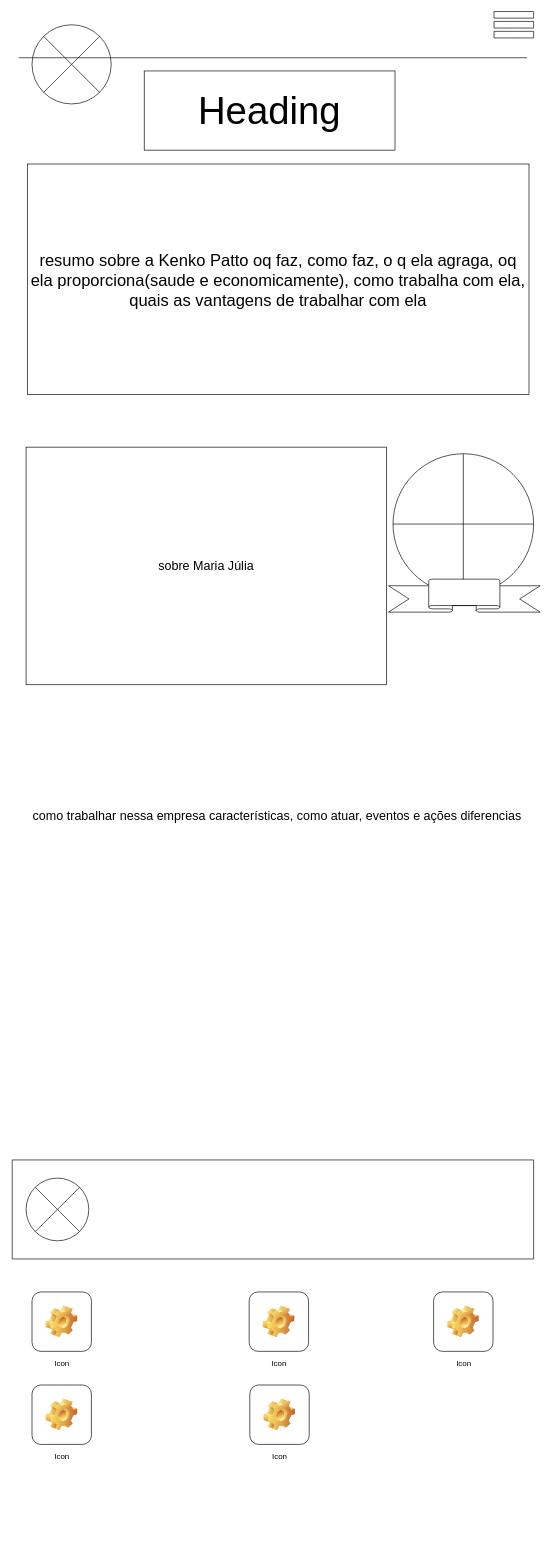
This is page "Page-2" (2 of 2) of Diagrama sem nome.drawio from josezito69/html5css3, a draw.io file, before an edit. Source tidied: cells renumbered, new cells numbered last; positions are measured from the earlier drawing's top-left corner, leaving out a move shared by most shapes. Both pictures are drawn from the tidied source at 66%, with x=0, y=0 at pixel (12, 11).
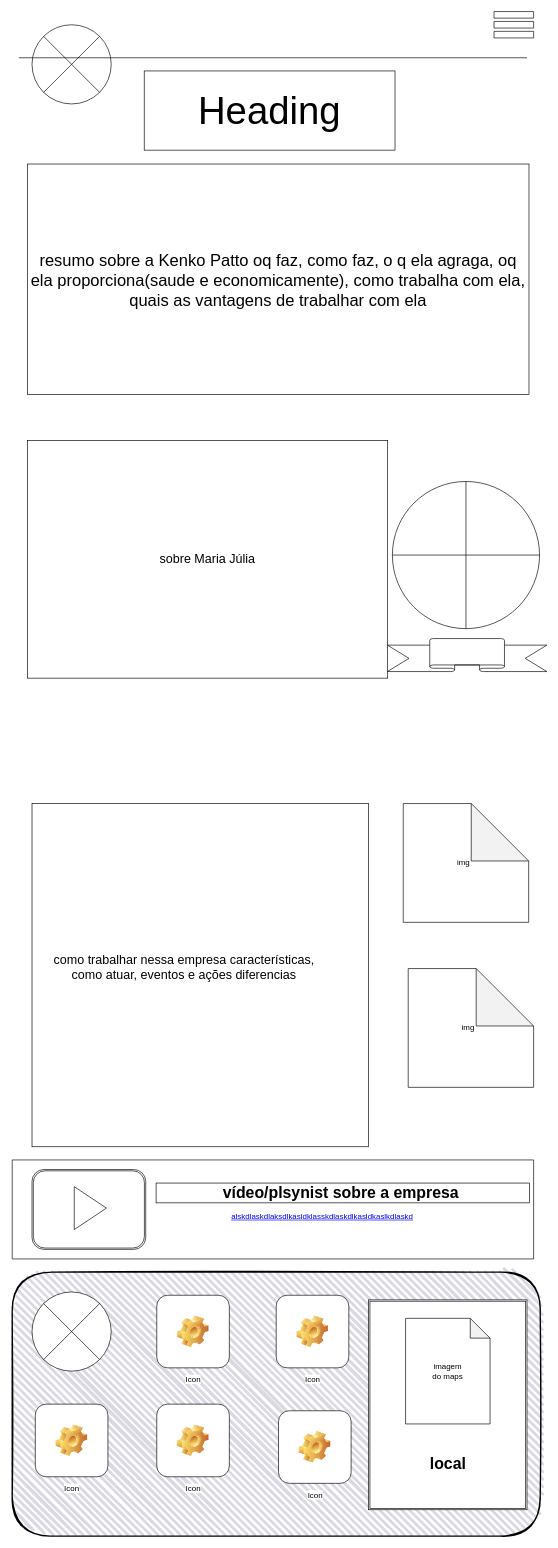
After the change.

What changed in the source:
```diff
@@
+    <mxCell id="20" style="rounded=1;whiteSpace=wrap;html=1;strokeWidth=2;fillWeight=4;hachureGap=8;hachureAngle=45;fillColor=#DAD9E2;sketch=1;" parent="1" vertex="1">
+      <mxGeometry y="1910" width="800" height="400" as="geometry" />
+    </mxCell>
+    <mxCell id="21" style="rounded=0;whiteSpace=wrap;html=1;" parent="1" vertex="1">
+      <mxGeometry x="30" y="1200" width="510" height="520" as="geometry" />
+    </mxCell>
@@
     <mxCell id="9" value="&lt;font style=&quot;font-size: 19px;&quot;&gt;sobre Maria Júlia&lt;/font&gt;" style="whiteSpace=wrap;html=1;align=center;" parent="1" vertex="1">
-      <mxGeometry x="21" y="660" width="545.9" height="360" as="geometry" />
+      <mxGeometry x="23" y="650" width="545.9" height="360" as="geometry" />
     </mxCell>
     <mxCell id="10" style="verticalLabelPosition=bottom;verticalAlign=top;html=1;shape=mxgraph.flowchart.summing_function;" parent="1" vertex="1">
-      <mxGeometry x="577" y="670" width="213" height="213" as="geometry" />
+      <mxGeometry x="576" y="712" width="223" height="223" as="geometry" />
     </mxCell>
     <mxCell id="11" style="verticalLabelPosition=bottom;verticalAlign=top;html=1;shape=mxgraph.basic.banner;" parent="1" vertex="1">
-      <mxGeometry x="570" y="860" width="230" height="50" as="geometry" />
+      <mxGeometry x="568.5" y="950" width="241.5" height="50" as="geometry" />
     </mxCell>
-    <mxCell id="12" value="&lt;font style=&quot;font-size: 19px;&quot;&gt;&lt;font style=&quot;font-size: 19px;&quot;&gt;como trabalhar nessa empresa características, como atuar, eventos e ações diferencias&lt;/font&gt;&lt;br&gt;&lt;/font&gt;&lt;div style=&quot;font-size: 19px;&quot;&gt;&lt;font style=&quot;font-size: 19px;&quot;&gt;&lt;br&gt;&lt;/font&gt;&lt;/div&gt;" style="text;html=1;align=center;verticalAlign=middle;strokeColor=none;fillColor=none;" parent="1" vertex="1">
-      <mxGeometry x="21" y="1200" width="760" height="60" as="geometry" />
+    <mxCell id="12" value="&lt;font style=&quot;font-size: 19px;&quot;&gt;&lt;font style=&quot;font-size: 19px;&quot;&gt;como trabalhar nessa empresa características,&lt;/font&gt;&lt;/font&gt;&lt;div&gt;&lt;font style=&quot;font-size: 19px;&quot;&gt;&lt;font style=&quot;font-size: 19px;&quot;&gt;como atuar, eventos e ações diferencias&lt;/font&gt;&lt;br&gt;&lt;/font&gt;&lt;div style=&quot;font-size: 19px;&quot;&gt;&lt;font style=&quot;font-size: 19px;&quot;&gt;&lt;br&gt;&lt;/font&gt;&lt;/div&gt;&lt;/div&gt;" style="text;html=1;align=center;verticalAlign=middle;strokeColor=none;fillColor=none;" parent="1" vertex="1">
+      <mxGeometry x="50" y="1420" width="420" height="80" as="geometry" />
     </mxCell>
@@
-    <mxCell id="14" style="shape=sumEllipse;perimeter=ellipsePerimeter;whiteSpace=wrap;html=1;backgroundOutline=1;" parent="1" vertex="1">
-      <mxGeometry x="21" y="1767.5" width="95" height="95" as="geometry" />
-    </mxCell>
-    <mxCell id="15" value="Icon" style="icon;html=1;image=img/clipart/Gear_128x128.png;" parent="1" vertex="1">
-      <mxGeometry x="30" y="1940" width="90" height="90" as="geometry" />
-    </mxCell>
-    <mxCell id="16" value="Icon" style="icon;html=1;image=img/clipart/Gear_128x128.png;" parent="1" vertex="1">
-      <mxGeometry x="30" y="2081" width="90" height="90" as="geometry" />
-    </mxCell>
-    <mxCell id="17" value="Icon" style="icon;html=1;image=img/clipart/Gear_128x128.png;" parent="1" vertex="1">
-      <mxGeometry x="359" y="1940" width="90" height="90" as="geometry" />
-    </mxCell>
-    <mxCell id="18" value="Icon" style="icon;html=1;image=img/clipart/Gear_128x128.png;" parent="1" vertex="1">
-      <mxGeometry x="360" y="2081" width="90" height="90" as="geometry" />
-    </mxCell>
-    <mxCell id="19" value="Icon" style="icon;html=1;image=img/clipart/Gear_128x128.png;" parent="1" vertex="1">
-      <mxGeometry x="638.5" y="1940" width="90" height="90" as="geometry" />
-    </mxCell>
+    <mxCell id="22" style="shape=note;whiteSpace=wrap;html=1;backgroundOutline=1;darkOpacity=0.05;size=87;" parent="1" vertex="1">
+      <mxGeometry x="592.5" y="1200" width="190" height="180" as="geometry" />
+    </mxCell>
+    <mxCell id="23" value="img" style="text;html=1;align=center;verticalAlign=middle;whiteSpace=wrap;rounded=0;" parent="1" vertex="1">
+      <mxGeometry x="653.5" y="1245" width="60" height="90" as="geometry" />
+    </mxCell>
+    <mxCell id="24" style="shape=note;whiteSpace=wrap;html=1;backgroundOutline=1;darkOpacity=0.05;size=87;" parent="1" vertex="1">
+      <mxGeometry x="600" y="1450" width="190" height="180" as="geometry" />
+    </mxCell>
+    <mxCell id="25" value="img" style="text;html=1;align=center;verticalAlign=middle;whiteSpace=wrap;rounded=0;" parent="1" vertex="1">
+      <mxGeometry x="661" y="1495" width="60" height="90" as="geometry" />
+    </mxCell>
+    <mxCell id="26" style="shape=ext;double=1;rounded=1;whiteSpace=wrap;html=1;" parent="1" vertex="1">
+      <mxGeometry x="30" y="1754.5" width="172.3" height="121" as="geometry" />
+    </mxCell>
+    <mxCell id="27" style="triangle;whiteSpace=wrap;html=1;" parent="1" vertex="1">
+      <mxGeometry x="94" y="1780.5" width="48.8" height="65" as="geometry" />
+    </mxCell>
+    <mxCell id="28" value="&amp;nbsp; &amp;nbsp; &amp;nbsp; &amp;nbsp; &amp;nbsp; &amp;nbsp; &amp;nbsp; &amp;nbsp;vídeo/plsynist sobre a empresa&amp;nbsp; &amp;nbsp; &amp;nbsp; &amp;nbsp; &amp;nbsp; &amp;nbsp; &amp;nbsp; &amp;nbsp;&amp;nbsp;" style="text;strokeColor=none;fillColor=none;html=1;fontSize=24;fontStyle=1;verticalAlign=middle;align=center;labelBorderColor=default;" parent="1" vertex="1">
+      <mxGeometry x="219" y="1770" width="564" height="40" as="geometry" />
+    </mxCell>
+    <mxCell id="29" value="alskdlaskdlaksdlkasldklasskdlaskdlkasldkaslkdlaskd" style="text;html=1;strokeColor=none;fillColor=none;whiteSpace=wrap;align=center;verticalAlign=middle;fontColor=#0000EE;fontStyle=4;" parent="1" vertex="1">
+      <mxGeometry x="440" y="1805.5" width="60" height="40" as="geometry" />
+    </mxCell>
+    <mxCell id="30" value="Icon" style="icon;html=1;image=img/clipart/Gear_128x128.png;" parent="1" vertex="1">
+      <mxGeometry x="219" y="1945" width="110" height="110" as="geometry" />
+    </mxCell>
+    <mxCell id="31" style="shape=sumEllipse;perimeter=ellipsePerimeter;whiteSpace=wrap;html=1;backgroundOutline=1;" parent="1" vertex="1">
+      <mxGeometry x="30" y="1940" width="120" height="120" as="geometry" />
+    </mxCell>
+    <mxCell id="32" value="Icon" style="icon;html=1;image=img/clipart/Gear_128x128.png;" parent="1" vertex="1">
+      <mxGeometry x="400" y="1945" width="110" height="110" as="geometry" />
+    </mxCell>
+    <mxCell id="33" value="Icon" style="icon;html=1;image=img/clipart/Gear_128x128.png;" parent="1" vertex="1">
+      <mxGeometry x="403.5" y="2120" width="110" height="110" as="geometry" />
+    </mxCell>
+    <mxCell id="34" value="Icon" style="icon;html=1;image=img/clipart/Gear_128x128.png;" parent="1" vertex="1">
+      <mxGeometry x="35" y="2110" width="110" height="110" as="geometry" />
+    </mxCell>
+    <mxCell id="35" value="Icon" style="icon;html=1;image=img/clipart/Gear_128x128.png;" parent="1" vertex="1">
+      <mxGeometry x="219" y="2110" width="110" height="110" as="geometry" />
+    </mxCell>
+    <mxCell id="36" style="shape=ext;double=1;rounded=0;whiteSpace=wrap;html=1;" parent="1" vertex="1">
+      <mxGeometry x="540" y="1952" width="240" height="318" as="geometry" />
+    </mxCell>
+    <mxCell id="37" value="local" style="text;strokeColor=none;fillColor=none;html=1;fontSize=24;fontStyle=1;verticalAlign=middle;align=center;" parent="1" vertex="1">
+      <mxGeometry x="610" y="2180" width="100" height="40" as="geometry" />
+    </mxCell>
+    <mxCell id="38" style="shape=note;whiteSpace=wrap;html=1;backgroundOutline=1;darkOpacity=0.05;" parent="1" vertex="1">
+      <mxGeometry x="596" y="1980" width="128" height="160" as="geometry" />
+    </mxCell>
+    <mxCell id="39" value="imagem do maps" style="text;html=1;align=center;verticalAlign=middle;whiteSpace=wrap;rounded=0;" parent="1" vertex="1">
+      <mxGeometry x="630" y="2045" width="60" height="30" as="geometry" />
+    </mxCell>
```
